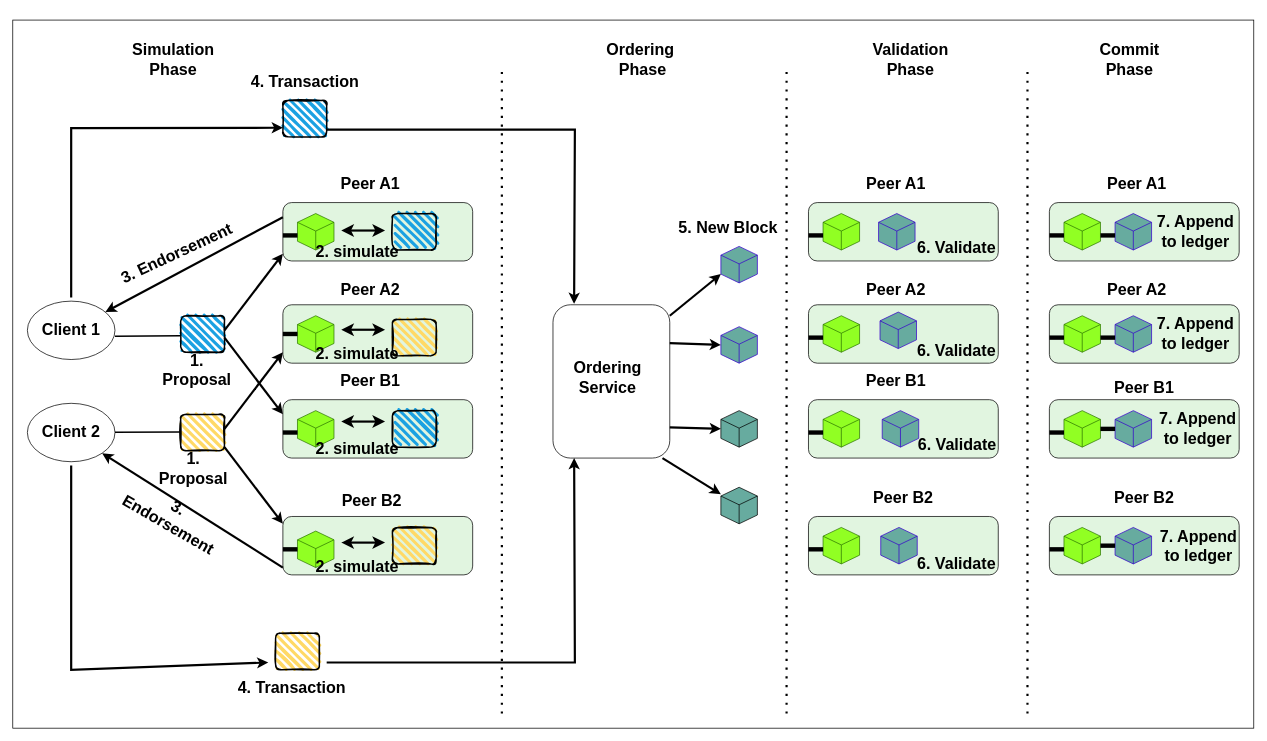
This is page "Page-1" (1 of 4) of files/Fabric-Diagrams.drawio from Arif-Shahriar028/draw.io, a draw.io file, before an edit. Source tidied: cells renumbered, new cells numbered last; positions are measured from the earlier drawing's top-left corner, leaving out a move shared by most shapes. Both pictures are drawn from the tidied source at 73%, with x=0, y=0 at pixel (12, 20).
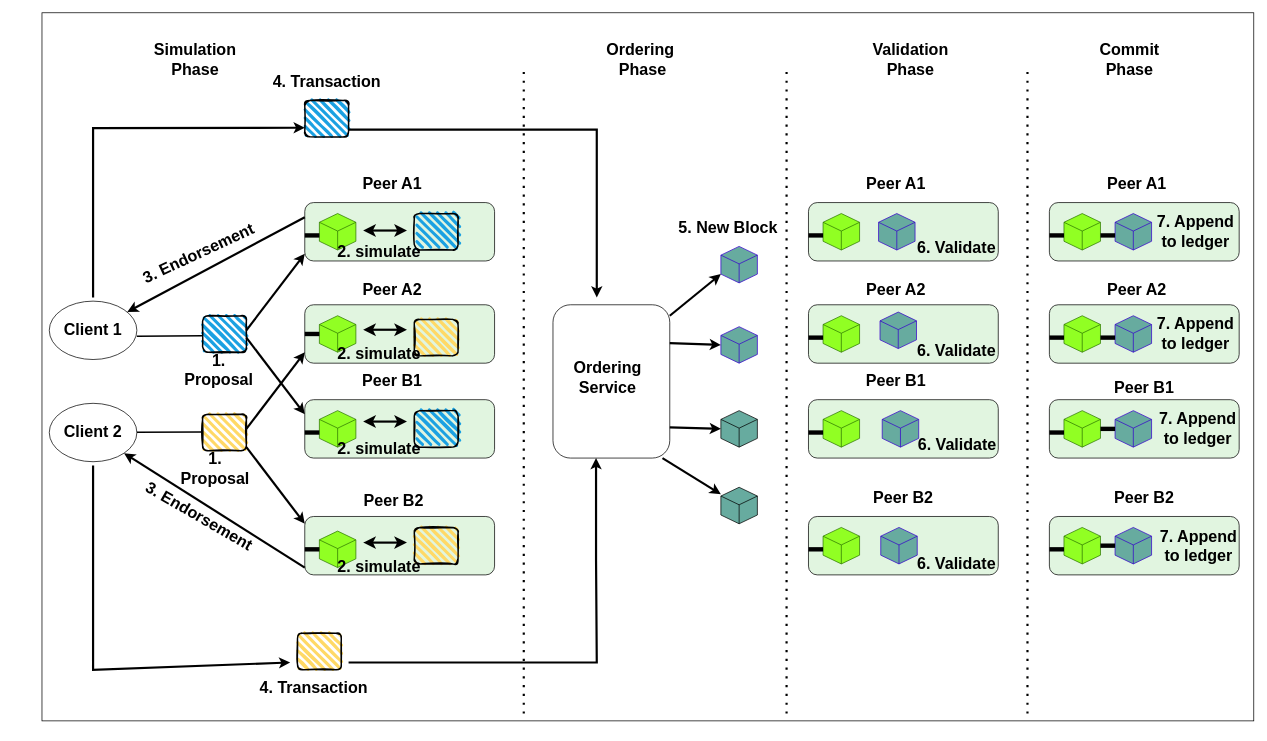
After the change.

The change refers to these unchanged cells:
```xml
<mxCell id="10" style="rounded=1;whiteSpace=wrap;html=1;fontStyle=1;fontSize=22;" parent="1" vertex="1">
  <mxGeometry x="740" y="390" width="160" height="210" as="geometry" />
</mxCell>
```

The edit, as a diff of the source:
```diff
@@
     <mxCell id="2" style="rounded=0;whiteSpace=wrap;html=1;strokeWidth=1;fontStyle=1;labelBorderColor=none;fontSize=22;" parent="1" vertex="1">
-      <mxGeometry width="1700" height="970" as="geometry" />
+      <mxGeometry x="40" y="-10" width="1660" height="970" as="geometry" />
     </mxCell>
     <mxCell id="3" style="ellipse;whiteSpace=wrap;html=1;fontStyle=1;fontSize=22;" parent="1" vertex="1">
-      <mxGeometry x="20" y="385" width="120" height="80" as="geometry" />
+      <mxGeometry x="50" y="385" width="120" height="80" as="geometry" />
     </mxCell>
     <mxCell id="4" style="ellipse;whiteSpace=wrap;html=1;fontStyle=1;fontSize=22;" parent="1" vertex="1">
-      <mxGeometry x="20" y="525" width="120" height="80" as="geometry" />
+      <mxGeometry x="50" y="525" width="120" height="80" as="geometry" />
     </mxCell>
     <mxCell id="5" style="rounded=1;whiteSpace=wrap;html=1;fillColor=#E1F5E0;fontStyle=1;fontSize=22;" parent="1" vertex="1">
-      <mxGeometry x="370" y="250" width="260" height="80" as="geometry" />
+      <mxGeometry x="400" y="250" width="260" height="80" as="geometry" />
     </mxCell>
     <mxCell id="6" style="rounded=1;whiteSpace=wrap;html=1;fillColor=#E1F5E0;fontStyle=1;fontSize=22;" parent="1" vertex="1">
-      <mxGeometry x="370" y="390" width="260" height="80" as="geometry" />
+      <mxGeometry x="400" y="390" width="260" height="80" as="geometry" />
     </mxCell>
     <mxCell id="7" style="rounded=1;whiteSpace=wrap;html=1;fillColor=#E1F5E0;fontStyle=1;fontSize=22;" parent="1" vertex="1">
-      <mxGeometry x="370" y="520" width="260" height="80" as="geometry" />
+      <mxGeometry x="400" y="520" width="260" height="80" as="geometry" />
     </mxCell>
     <mxCell id="8" style="rounded=1;whiteSpace=wrap;html=1;fillColor=#E1F5E0;fontStyle=1;fontSize=22;" parent="1" vertex="1">
-      <mxGeometry x="370" y="680" width="260" height="80" as="geometry" />
+      <mxGeometry x="400" y="680" width="260" height="80" as="geometry" />
     </mxCell>
     <mxCell id="9" style="endArrow=none;dashed=1;html=1;dashPattern=1 3;strokeWidth=3;rounded=0;fontStyle=1;fontSize=22;" parent="1" edge="1">
       <mxGeometry relative="1" as="geometry">
-        <mxPoint x="670" y="950" as="sourcePoint" />
-        <mxPoint x="670" y="70" as="targetPoint" />
+        <mxPoint x="700" y="950" as="sourcePoint" />
+        <mxPoint x="700" y="70" as="targetPoint" />
       </mxGeometry>
     </mxCell>
@@
     <mxCell id="16" style="html=1;whiteSpace=wrap;shape=isoCube2;backgroundOutline=1;isoAngle=15;fillColor=#91FF23;strokeColor=#2D7600;fontColor=#ffffff;fontStyle=1;fontSize=22;" parent="1" vertex="1">
-      <mxGeometry x="390" y="265" width="50" height="50" as="geometry" />
+      <mxGeometry x="420" y="265" width="50" height="50" as="geometry" />
     </mxCell>
     <mxCell id="17" style="html=1;whiteSpace=wrap;shape=isoCube2;backgroundOutline=1;isoAngle=15;fillColor=#91FF23;fontColor=#ffffff;strokeColor=#2D7600;fontStyle=1;fontSize=22;" parent="1" vertex="1">
-      <mxGeometry x="390" y="405" width="50" height="50" as="geometry" />
+      <mxGeometry x="420" y="405" width="50" height="50" as="geometry" />
     </mxCell>
     <mxCell id="18" style="html=1;whiteSpace=wrap;shape=isoCube2;backgroundOutline=1;isoAngle=15;fillColor=#91FF23;fontColor=#ffffff;strokeColor=#2D7600;fontStyle=1;fontSize=22;" parent="1" vertex="1">
-      <mxGeometry x="390" y="535" width="50" height="50" as="geometry" />
+      <mxGeometry x="420" y="535" width="50" height="50" as="geometry" />
     </mxCell>
     <mxCell id="19" style="html=1;whiteSpace=wrap;shape=isoCube2;backgroundOutline=1;isoAngle=15;fillColor=#91FF23;fontColor=#ffffff;strokeColor=#2D7600;fontStyle=1;fontSize=22;" parent="1" vertex="1">
-      <mxGeometry x="390" y="700" width="50" height="50" as="geometry" />
+      <mxGeometry x="420" y="700" width="50" height="50" as="geometry" />
     </mxCell>
     <mxCell id="20" style="line;strokeWidth=6;html=1;fontStyle=1;fontSize=22;" parent="1" vertex="1">
-      <mxGeometry x="370" y="720" width="20" height="10" as="geometry" />
+      <mxGeometry x="400" y="720" width="20" height="10" as="geometry" />
     </mxCell>
     <mxCell id="21" style="line;strokeWidth=6;html=1;fontStyle=1;fontSize=22;" parent="1" vertex="1">
-      <mxGeometry x="370" y="560" width="20" height="10" as="geometry" />
+      <mxGeometry x="400" y="560" width="20" height="10" as="geometry" />
     </mxCell>
     <mxCell id="22" style="line;strokeWidth=6;html=1;fontStyle=1;fontSize=22;" parent="1" vertex="1">
-      <mxGeometry x="370" y="425" width="20" height="10" as="geometry" />
+      <mxGeometry x="400" y="425" width="20" height="10" as="geometry" />
     </mxCell>
     <mxCell id="23" style="line;strokeWidth=6;html=1;fontStyle=1;fontSize=22;" parent="1" vertex="1">
-      <mxGeometry x="370" y="290" width="20" height="10" as="geometry" />
+      <mxGeometry x="400" y="290" width="20" height="10" as="geometry" />
     </mxCell>
     <mxCell id="24" style="rounded=1;whiteSpace=wrap;html=1;strokeWidth=2;fillWeight=4;hachureGap=8;hachureAngle=45;fillColor=#1ba1e2;sketch=1;fontStyle=1;fontSize=22;" parent="1" vertex="1">
-      <mxGeometry x="230" y="405" width="60" height="50" as="geometry" />
+      <mxGeometry x="260" y="405" width="60" height="50" as="geometry" />
     </mxCell>
     <mxCell id="25" style="rounded=1;whiteSpace=wrap;html=1;strokeWidth=2;fillWeight=4;hachureGap=8;hachureAngle=45;fillColor=#FFD966;sketch=1;fontStyle=1;fontSize=22;" parent="1" vertex="1">
-      <mxGeometry x="230" y="540" width="60" height="50" as="geometry" />
+      <mxGeometry x="260" y="540" width="60" height="50" as="geometry" />
     </mxCell>
     <mxCell id="26" style="endArrow=none;html=1;rounded=0;entryX=0;entryY=0.75;entryDx=0;entryDy=0;strokeWidth=2;fontStyle=1;fontSize=22;" parent="1" edge="1">
       <mxGeometry relative="1" as="geometry">
-        <mxPoint x="140" y="433" as="sourcePoint" />
-        <mxPoint x="230" y="432.5" as="targetPoint" />
+        <mxPoint x="170" y="433" as="sourcePoint" />
+        <mxPoint x="260" y="432.5" as="targetPoint" />
       </mxGeometry>
     </mxCell>
     <mxCell id="27" style="endArrow=none;html=1;rounded=0;entryX=0;entryY=0.75;entryDx=0;entryDy=0;strokeWidth=2;fontStyle=1;fontSize=22;" parent="1" edge="1">
       <mxGeometry relative="1" as="geometry">
-        <mxPoint x="140" y="564.7" as="sourcePoint" />
-        <mxPoint x="230" y="564.2" as="targetPoint" />
+        <mxPoint x="170" y="564.7" as="sourcePoint" />
+        <mxPoint x="260" y="564.2" as="targetPoint" />
       </mxGeometry>
     </mxCell>
     <mxCell id="28" style="endArrow=classic;html=1;rounded=0;entryX=0;entryY=0.25;entryDx=0;entryDy=0;strokeWidth=3;fontStyle=1;fontSize=22;" parent="1" edge="1" target="7">
       <mxGeometry relative="1" as="geometry">
-        <mxPoint x="290" y="435" as="sourcePoint" />
+        <mxPoint x="320" y="435" as="sourcePoint" />
       </mxGeometry>
     </mxCell>
     <mxCell id="29" style="endArrow=classic;html=1;rounded=0;strokeWidth=3;fontStyle=1;fontSize=22;" parent="1" edge="1">
       <mxGeometry relative="1" as="geometry">
-        <mxPoint x="290" y="425" as="sourcePoint" />
-        <mxPoint x="370" y="320" as="targetPoint" />
+        <mxPoint x="320" y="425" as="sourcePoint" />
+        <mxPoint x="400" y="320" as="targetPoint" />
       </mxGeometry>
     </mxCell>
     <mxCell id="30" style="endArrow=classic;html=1;rounded=0;strokeWidth=3;fontStyle=1;fontSize=22;" parent="1" edge="1">
       <mxGeometry relative="1" as="geometry">
-        <mxPoint x="290" y="560" as="sourcePoint" />
-        <mxPoint x="370" y="455" as="targetPoint" />
+        <mxPoint x="320" y="560" as="sourcePoint" />
+        <mxPoint x="400" y="455" as="targetPoint" />
       </mxGeometry>
     </mxCell>
     <mxCell id="31" style="endArrow=classic;html=1;rounded=0;entryX=0;entryY=0.25;entryDx=0;entryDy=0;strokeWidth=3;fontStyle=1;fontSize=22;" parent="1" edge="1">
       <mxGeometry relative="1" as="geometry">
-        <mxPoint x="290" y="585" as="sourcePoint" />
-        <mxPoint x="370" y="690" as="targetPoint" />
+        <mxPoint x="320" y="585" as="sourcePoint" />
+        <mxPoint x="400" y="690" as="targetPoint" />
       </mxGeometry>
     </mxCell>
@@
     <mxCell id="33" style="endArrow=classic;html=1;rounded=0;exitX=0;exitY=0.25;exitDx=0;exitDy=0;strokeWidth=3;entryX=1;entryY=1;entryDx=0;entryDy=0;fontStyle=1;fontSize=22;" parent="1" edge="1" target="4">
       <mxGeometry relative="1" as="geometry">
-        <mxPoint x="370" y="750" as="sourcePoint" />
+        <mxPoint x="400" y="750" as="sourcePoint" />
       </mxGeometry>
     </mxCell>
     <mxCell id="34" style="rounded=1;whiteSpace=wrap;html=1;strokeWidth=2;fillWeight=4;hachureGap=8;hachureAngle=45;fillColor=#1ba1e2;sketch=1;fontStyle=1;fontSize=22;" parent="1" vertex="1">
-      <mxGeometry x="370" y="110" width="60" height="50" as="geometry" />
+      <mxGeometry x="400" y="110" width="60" height="50" as="geometry" />
     </mxCell>
     <mxCell id="35" style="rounded=1;whiteSpace=wrap;html=1;strokeWidth=2;fillWeight=4;hachureGap=8;hachureAngle=45;fillColor=#FFD966;sketch=1;fontStyle=1;fontSize=22;" parent="1" vertex="1">
-      <mxGeometry x="360" y="840" width="60" height="50" as="geometry" />
+      <mxGeometry x="390" y="840" width="60" height="50" as="geometry" />
     </mxCell>
     <mxCell id="36" style="endArrow=classic;html=1;rounded=0;entryX=0;entryY=0.75;entryDx=0;entryDy=0;strokeWidth=3;fontStyle=1;fontSize=22;" parent="1" edge="1" target="34">
       <mxGeometry relative="1" as="geometry">
-        <mxPoint x="80" y="380" as="sourcePoint" />
+        <mxPoint x="110" y="380" as="sourcePoint" />
         <Array as="points">
-          <mxPoint x="80" y="148" />
+          <mxPoint x="110" y="148" />
         </Array>
       </mxGeometry>
     </mxCell>
-    <mxCell id="37" style="endArrow=classic;html=1;rounded=0;strokeWidth=3;exitX=1;exitY=0.5;exitDx=0;exitDy=0;entryX=0.181;entryY=-0.006;entryDx=0;entryDy=0;entryPerimeter=0;fontStyle=1;fontSize=22;" parent="1" edge="1" target="10">
+    <mxCell id="37" style="endArrow=classic;html=1;rounded=0;strokeWidth=3;exitX=1;exitY=0.5;exitDx=0;exitDy=0;fontStyle=1;fontSize=22;" parent="1" edge="1">
       <mxGeometry relative="1" as="geometry">
-        <mxPoint x="430" y="150" as="sourcePoint" />
+        <mxPoint x="460" y="150" as="sourcePoint" />
+        <mxPoint x="800" y="380" as="targetPoint" />
         <Array as="points">
-          <mxPoint x="770" y="150" />
+          <mxPoint x="800" y="150" />
         </Array>
       </mxGeometry>
     </mxCell>
     <mxCell id="38" style="endArrow=classic;html=1;rounded=0;strokeWidth=3;fontStyle=1;fontSize=22;" parent="1" edge="1">
       <mxGeometry relative="1" as="geometry">
-        <mxPoint x="80" y="610" as="sourcePoint" />
-        <mxPoint x="350" y="880" as="targetPoint" />
+        <mxPoint x="110" y="610" as="sourcePoint" />
+        <mxPoint x="380" y="880" as="targetPoint" />
         <Array as="points">
-          <mxPoint x="80" y="890" />
+          <mxPoint x="110" y="890" />
         </Array>
       </mxGeometry>
     </mxCell>
     <mxCell id="39" style="endArrow=classic;html=1;rounded=0;strokeWidth=3;exitX=1;exitY=0.5;exitDx=0;exitDy=0;fontStyle=1;fontSize=22;" parent="1" edge="1">
       <mxGeometry relative="1" as="geometry">
-        <mxPoint x="430" y="880" as="sourcePoint" />
-        <mxPoint x="769" y="600" as="targetPoint" />
+        <mxPoint x="460" y="880" as="sourcePoint" />
+        <mxPoint x="799" y="600" as="targetPoint" />
         <Array as="points">
-          <mxPoint x="770" y="880" />
+          <mxPoint x="800" y="880" />
+          <mxPoint x="799" y="740" />
         </Array>
       </mxGeometry>
     </mxCell>
@@
     <mxCell id="77" style="rounded=1;whiteSpace=wrap;html=1;strokeWidth=2;fillWeight=4;hachureGap=8;hachureAngle=45;fillColor=#1ba1e2;sketch=1;fontStyle=1;fontSize=22;" parent="1" vertex="1">
-      <mxGeometry x="520" y="265" width="60" height="50" as="geometry" />
+      <mxGeometry x="550" y="265" width="60" height="50" as="geometry" />
     </mxCell>
     <mxCell id="78" style="rounded=1;whiteSpace=wrap;html=1;strokeWidth=2;fillWeight=4;hachureGap=8;hachureAngle=45;fillColor=#1ba1e2;sketch=1;fontStyle=1;fontSize=22;" parent="1" vertex="1">
-      <mxGeometry x="520" y="535" width="60" height="50" as="geometry" />
+      <mxGeometry x="550" y="535" width="60" height="50" as="geometry" />
     </mxCell>
     <mxCell id="79" style="rounded=1;whiteSpace=wrap;html=1;strokeWidth=2;fillWeight=4;hachureGap=8;hachureAngle=45;fillColor=#FFD966;sketch=1;fontStyle=1;fontSize=22;" parent="1" vertex="1">
-      <mxGeometry x="520" y="410" width="60" height="50" as="geometry" />
+      <mxGeometry x="550" y="410" width="60" height="50" as="geometry" />
     </mxCell>
     <mxCell id="80" style="rounded=1;whiteSpace=wrap;html=1;strokeWidth=2;fillWeight=4;hachureGap=8;hachureAngle=45;fillColor=#FFD966;sketch=1;fontStyle=1;fontSize=22;" parent="1" vertex="1">
-      <mxGeometry x="520" y="695" width="60" height="50" as="geometry" />
+      <mxGeometry x="550" y="695" width="60" height="50" as="geometry" />
     </mxCell>
     <mxCell id="81" value="&lt;font style=&quot;font-size: 22px;&quot;&gt;Client 1&lt;/font&gt;" style="text;strokeColor=none;fillColor=none;html=1;align=center;verticalAlign=middle;whiteSpace=wrap;rounded=0;fontSize=22;fontStyle=1;" parent="1" vertex="1">
-      <mxGeometry x="20" y="410" width="120" height="30" as="geometry" />
+      <mxGeometry x="50" y="410" width="120" height="30" as="geometry" />
     </mxCell>
     <mxCell id="82" value="&lt;font style=&quot;font-size: 22px;&quot;&gt;Client 2&lt;/font&gt;" style="text;strokeColor=none;fillColor=none;html=1;align=center;verticalAlign=middle;whiteSpace=wrap;rounded=0;fontSize=22;fontStyle=1;" parent="1" vertex="1">
-      <mxGeometry x="20" y="550" width="120" height="30" as="geometry" />
+      <mxGeometry x="50" y="550" width="120" height="30" as="geometry" />
     </mxCell>
     <mxCell id="83" value="&lt;font style=&quot;font-size: 22px;&quot;&gt;1. Proposal&lt;/font&gt;" style="text;html=1;strokeColor=none;fillColor=none;align=center;verticalAlign=middle;whiteSpace=wrap;rounded=0;fontSize=22;fontStyle=1;" parent="1" vertex="1">
-      <mxGeometry x="200" y="465" width="105" height="30" as="geometry" />
+      <mxGeometry x="230" y="465" width="105" height="30" as="geometry" />
     </mxCell>
     <mxCell id="84" value="&lt;font style=&quot;font-size: 22px;&quot;&gt;1. Proposal&lt;/font&gt;" style="text;html=1;strokeColor=none;fillColor=none;align=center;verticalAlign=middle;whiteSpace=wrap;rounded=0;fontSize=22;fontStyle=1;" parent="1" vertex="1">
-      <mxGeometry x="190" y="600" width="115" height="30" as="geometry" />
+      <mxGeometry x="220" y="600" width="115" height="30" as="geometry" />
     </mxCell>
     <mxCell id="85" value="&lt;font style=&quot;font-size: 22px;&quot;&gt;3. Endorsement&lt;br style=&quot;font-size: 22px;&quot;&gt;&lt;/font&gt;" style="text;html=1;strokeColor=none;fillColor=none;align=center;verticalAlign=middle;whiteSpace=wrap;rounded=0;fontSize=22;rotation=-25;fontStyle=1;" parent="1" vertex="1">
-      <mxGeometry x="140" y="305" width="170" height="30" as="geometry" />
+      <mxGeometry x="170" y="305" width="170" height="30" as="geometry" />
     </mxCell>
     <mxCell id="86" value="&lt;font style=&quot;font-size: 22px;&quot;&gt;3. Endorsement&lt;br style=&quot;font-size: 22px;&quot;&gt;&lt;/font&gt;" style="text;html=1;strokeColor=none;fillColor=none;align=center;verticalAlign=middle;whiteSpace=wrap;rounded=0;fontSize=22;rotation=30;fontStyle=1;" parent="1" vertex="1">
-      <mxGeometry x="145" y="665" width="150" height="30" as="geometry" />
+      <mxGeometry x="162.5" y="665" width="185" height="30" as="geometry" />
     </mxCell>
     <mxCell id="87" style="endArrow=classic;startArrow=classic;html=1;rounded=0;fontSize=22;startSize=8;endSize=8;curved=1;strokeWidth=3;fontStyle=1;" parent="1" edge="1">
       <mxGeometry relative="1" as="geometry">
-        <mxPoint x="450" y="288.3" as="sourcePoint" />
-        <mxPoint x="510" y="288.3" as="targetPoint" />
+        <mxPoint x="480" y="288.3" as="sourcePoint" />
+        <mxPoint x="540" y="288.3" as="targetPoint" />
       </mxGeometry>
     </mxCell>
     <mxCell id="88" style="endArrow=classic;startArrow=classic;html=1;rounded=0;fontSize=22;startSize=8;endSize=8;curved=1;strokeWidth=3;fontStyle=1;" parent="1" edge="1">
       <mxGeometry relative="1" as="geometry">
-        <mxPoint x="450" y="550" as="sourcePoint" />
-        <mxPoint x="510" y="550" as="targetPoint" />
+        <mxPoint x="480" y="550" as="sourcePoint" />
+        <mxPoint x="540" y="550" as="targetPoint" />
       </mxGeometry>
     </mxCell>
     <mxCell id="89" style="endArrow=classic;startArrow=classic;html=1;rounded=0;fontSize=22;startSize=8;endSize=8;curved=1;strokeWidth=3;fontStyle=1;" parent="1" edge="1">
       <mxGeometry relative="1" as="geometry">
-        <mxPoint x="450" y="424.2" as="sourcePoint" />
-        <mxPoint x="510" y="424.2" as="targetPoint" />
+        <mxPoint x="480" y="424.2" as="sourcePoint" />
+        <mxPoint x="540" y="424.2" as="targetPoint" />
       </mxGeometry>
     </mxCell>
     <mxCell id="90" style="endArrow=classic;startArrow=classic;html=1;rounded=0;fontSize=22;startSize=8;endSize=8;curved=1;strokeWidth=3;fontStyle=1;" parent="1" edge="1">
       <mxGeometry relative="1" as="geometry">
-        <mxPoint x="450" y="715.8" as="sourcePoint" />
-        <mxPoint x="510" y="715.8" as="targetPoint" />
+        <mxPoint x="480" y="715.8" as="sourcePoint" />
+        <mxPoint x="540" y="715.8" as="targetPoint" />
       </mxGeometry>
     </mxCell>
     <mxCell id="91" value="&lt;font style=&quot;font-size: 22px;&quot;&gt;Peer A1&lt;/font&gt;" style="text;strokeColor=none;fillColor=none;html=1;align=center;verticalAlign=middle;whiteSpace=wrap;rounded=0;fontSize=22;fontStyle=1;" parent="1" vertex="1">
-      <mxGeometry x="430" y="210" width="120" height="30" as="geometry" />
+      <mxGeometry x="460" y="210" width="120" height="30" as="geometry" />
     </mxCell>
     <mxCell id="92" value="&lt;font style=&quot;font-size: 22px;&quot;&gt;Peer A2&lt;/font&gt;" style="text;strokeColor=none;fillColor=none;html=1;align=center;verticalAlign=middle;whiteSpace=wrap;rounded=0;fontSize=22;fontStyle=1;" parent="1" vertex="1">
-      <mxGeometry x="430" y="355" width="120" height="30" as="geometry" />
+      <mxGeometry x="460" y="355" width="120" height="30" as="geometry" />
     </mxCell>
     <mxCell id="93" value="&lt;font style=&quot;font-size: 22px;&quot;&gt;Peer B1&lt;/font&gt;" style="text;strokeColor=none;fillColor=none;html=1;align=center;verticalAlign=middle;whiteSpace=wrap;rounded=0;fontSize=22;fontStyle=1;" parent="1" vertex="1">
-      <mxGeometry x="430" y="480" width="120" height="30" as="geometry" />
+      <mxGeometry x="460" y="480" width="120" height="30" as="geometry" />
     </mxCell>
     <mxCell id="94" value="&lt;font style=&quot;font-size: 22px;&quot;&gt;Peer B2&lt;/font&gt;" style="text;strokeColor=none;fillColor=none;html=1;align=center;verticalAlign=middle;whiteSpace=wrap;rounded=0;fontSize=22;fontStyle=1;" parent="1" vertex="1">
-      <mxGeometry x="432" y="644" width="120" height="30" as="geometry" />
+      <mxGeometry x="462" y="644" width="120" height="30" as="geometry" />
     </mxCell>
     <mxCell id="95" value="2. simulate" style="text;html=1;strokeColor=none;fillColor=none;align=center;verticalAlign=middle;whiteSpace=wrap;rounded=0;fontSize=22;fontStyle=1;" parent="1" vertex="1">
-      <mxGeometry x="407" y="303" width="130" height="30" as="geometry" />
+      <mxGeometry x="437" y="303" width="130" height="30" as="geometry" />
     </mxCell>
     <mxCell id="96" value="&lt;font style=&quot;font-size: 22px;&quot;&gt;4. Transaction&lt;/font&gt;" style="text;html=1;strokeColor=none;fillColor=none;align=center;verticalAlign=middle;whiteSpace=wrap;rounded=0;fontSize=22;fontStyle=1;" parent="1" vertex="1">
-      <mxGeometry x="317.5" y="70" width="165" height="30" as="geometry" />
+      <mxGeometry x="347.5" y="70" width="165" height="30" as="geometry" />
     </mxCell>
@@
     <mxCell id="114" value="&lt;font style=&quot;font-size: 22px;&quot;&gt;Simulation Phase&lt;/font&gt;" style="text;html=1;strokeColor=none;fillColor=none;align=center;verticalAlign=middle;whiteSpace=wrap;rounded=0;fontSize=22;fontStyle=1;" parent="1" vertex="1">
-      <mxGeometry x="190" y="40" width="60" height="30" as="geometry" />
+      <mxGeometry x="220" y="40" width="60" height="30" as="geometry" />
     </mxCell>
@@
     <mxCell id="118" value="&lt;font style=&quot;font-size: 22px;&quot;&gt;4. Transaction&lt;/font&gt;" style="text;html=1;strokeColor=none;fillColor=none;align=center;verticalAlign=middle;whiteSpace=wrap;rounded=0;fontSize=22;fontStyle=1;" parent="1" vertex="1">
-      <mxGeometry x="300" y="900" width="165" height="30" as="geometry" />
+      <mxGeometry x="330" y="900" width="165" height="30" as="geometry" />
     </mxCell>
@@
     <mxCell id="125" value="2. simulate" style="text;html=1;strokeColor=none;fillColor=none;align=center;verticalAlign=middle;whiteSpace=wrap;rounded=0;fontSize=22;fontStyle=1;" parent="1" vertex="1">
-      <mxGeometry x="407" y="443" width="130" height="30" as="geometry" />
+      <mxGeometry x="437" y="443" width="130" height="30" as="geometry" />
     </mxCell>
     <mxCell id="126" value="2. simulate" style="text;html=1;strokeColor=none;fillColor=none;align=center;verticalAlign=middle;whiteSpace=wrap;rounded=0;fontSize=22;fontStyle=1;" parent="1" vertex="1">
-      <mxGeometry x="407" y="573" width="130" height="30" as="geometry" />
+      <mxGeometry x="437" y="573" width="130" height="30" as="geometry" />
     </mxCell>
     <mxCell id="127" value="2. simulate" style="text;html=1;strokeColor=none;fillColor=none;align=center;verticalAlign=middle;whiteSpace=wrap;rounded=0;fontSize=22;fontStyle=1;" parent="1" vertex="1">
-      <mxGeometry x="407" y="734" width="130" height="30" as="geometry" />
+      <mxGeometry x="437" y="734" width="130" height="30" as="geometry" />
     </mxCell>
```
